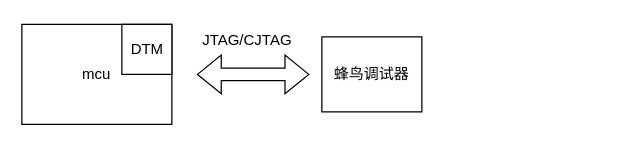
The draw.io diagram OpenOCD + GDB 调试环境.drawio in Vinson-001/Blog-flow-chart, before the edit. Source tidied: cells renumbered, new cells numbered last; positions are measured from the earlier drawing's top-left corner, leaving out a move shared by most shapes. Both pictures are drawn from the tidied source at 125%, with x=0, y=0 at pixel (21, 21).
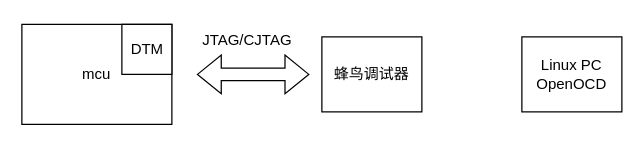
The same diagram, later.

Commit message (it also covers changes not shown here):
更新OpenOCD + GDB 调试环境.drawio

The edit, as a diff of the source:
```diff
@@
 <mxGraphModel>
   <root>
     <mxCell id="0" />
     <mxCell id="1" parent="0" />
     <mxCell id="2" value="mcu" style="rounded=0;whiteSpace=wrap;html=1;" parent="1" vertex="1">
       <mxGeometry y="2" width="120" height="80" as="geometry" />
     </mxCell>
     <mxCell id="3" style="rounded=0;whiteSpace=wrap;html=1;" parent="1" vertex="1">
       <mxGeometry x="80" y="2" width="40" height="40" as="geometry" />
     </mxCell>
     <mxCell id="4" value="DTM" style="text;html=1;align=center;verticalAlign=middle;strokeColor=none;fillColor=none;" parent="1" vertex="1">
       <mxGeometry x="75" y="7" width="50" height="30" as="geometry" />
     </mxCell>
     <mxCell id="5" value="蜂鸟调试器" style="rounded=0;whiteSpace=wrap;html=1;" parent="1" vertex="1">
       <mxGeometry x="240" y="12" width="80" height="60" as="geometry" />
     </mxCell>
     <mxCell id="6" style="shape=flexArrow;endArrow=classic;startArrow=classic;html=1;rounded=0;" parent="1" edge="1">
       <mxGeometry relative="1" as="geometry">
         <mxPoint x="140" y="42" as="sourcePoint" />
         <mxPoint x="230" y="42" as="targetPoint" />
       </mxGeometry>
     </mxCell>
     <mxCell id="7" value="JTAG/CJTAG" style="text;html=1;align=center;verticalAlign=middle;strokeColor=none;fillColor=none;" parent="1" vertex="1">
       <mxGeometry x="130" width="100" height="30" as="geometry" />
     </mxCell>
+    <mxCell id="8" value="Linux PC&lt;div&gt;OpenOCD&lt;/div&gt;" style="rounded=0;whiteSpace=wrap;html=1;" parent="1" vertex="1">
+      <mxGeometry x="400" y="12" width="80" height="60" as="geometry" />
+    </mxCell>
   </root>
 </mxGraphModel>
```
